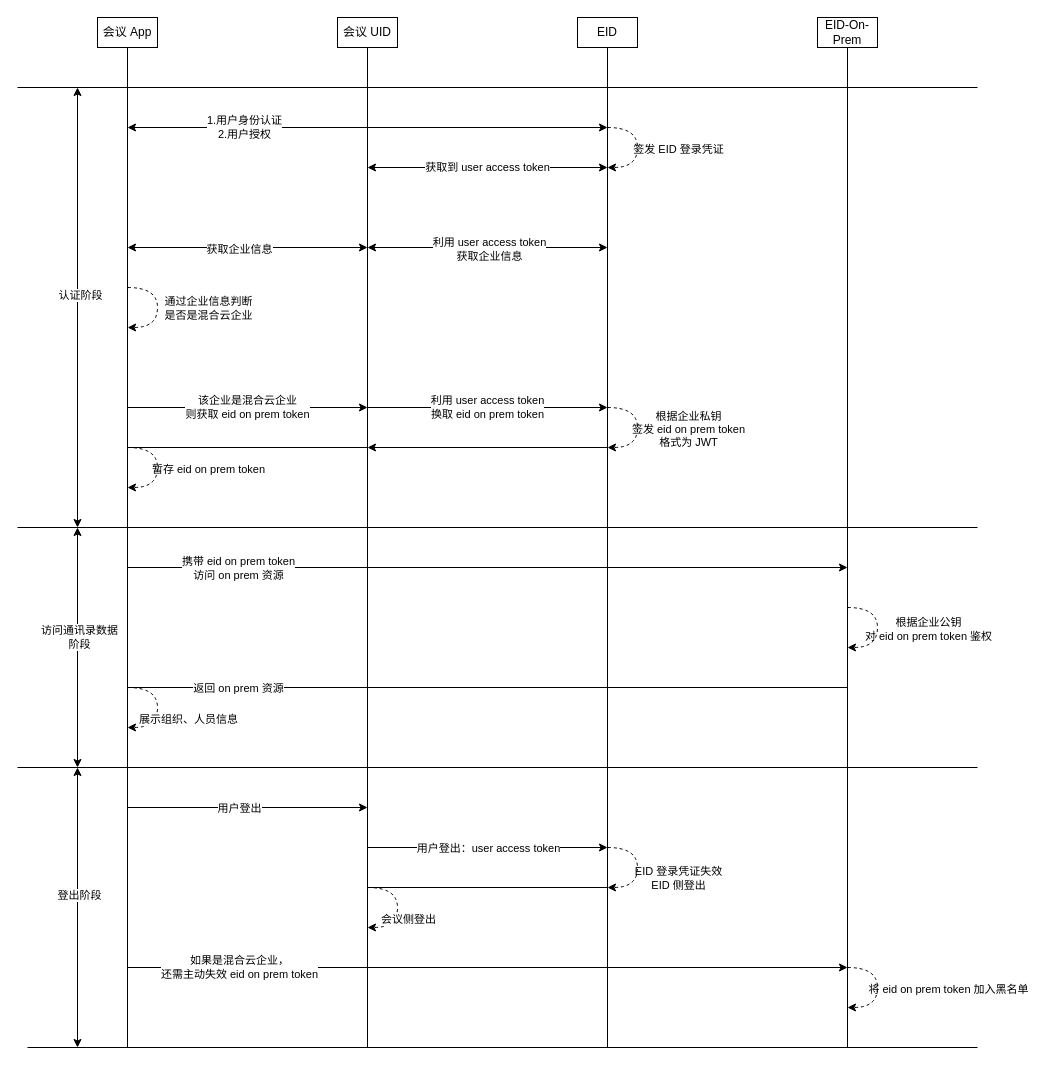
Above: homework/src/main/resources/混合云认证数据流转.drawio in YufuMxl/geek_java_practise (draw.io), before the change. Source tidied: cells renumbered, new cells numbered last; positions are measured from the earlier drawing's top-left corner, leaving out a move shared by most shapes. Both pictures are drawn from the tidied source at 100%, with x=0, y=0 at pixel (17, 17).
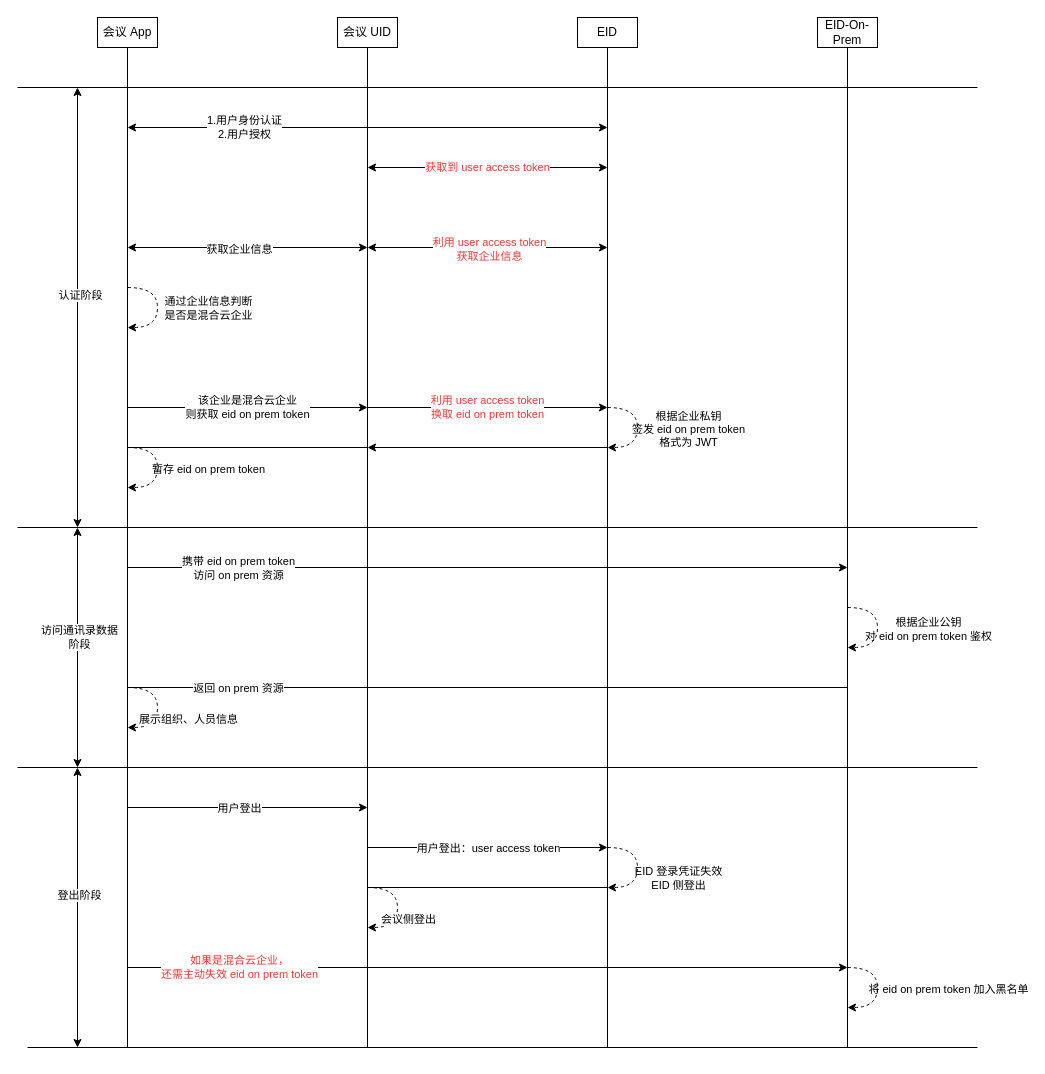
The same page after the edit.

Commit message:
更新混合云认证数据流转.drawio

The change refers to these unchanged cells:
```xml
<mxCell id="12" style="endArrow=classic;html=1;rounded=0;startArrow=none;startFill=0;" parent="1" edge="1">
  <mxGeometry relative="1" as="geometry">
    <mxPoint x="350" y="390" as="sourcePoint" />
    <mxPoint x="590" y="390" as="targetPoint" />
  </mxGeometry>
</mxCell>
<mxCell id="57" style="endArrow=classic;html=1;rounded=0;startArrow=classic;startFill=1;" parent="1" edge="1">
  <mxGeometry relative="1" as="geometry">
    <mxPoint x="350" y="230" as="sourcePoint" />
    <mxPoint x="590" y="230" as="targetPoint" />
  </mxGeometry>
</mxCell>
```

The edit, as a diff of the source:
```diff
@@
-    <mxCell id="13" value="&lt;div&gt;利用 user access token&lt;br&gt;&lt;/div&gt;&lt;div&gt;换取 eid on prem token&lt;/div&gt;" style="edgeLabel;html=1;align=center;verticalAlign=middle;" parent="12" vertex="1">
+    <mxCell id="13" value="&lt;div&gt;利用 user access token&lt;br&gt;&lt;/div&gt;&lt;div&gt;换取 eid on prem token&lt;/div&gt;" style="edgeLabel;html=1;align=center;verticalAlign=middle;fontColor=#FF3333;" parent="12" vertex="1">
       <mxGeometry x="0.04" y="1" relative="1" as="geometry">
         <mxPoint x="-6" as="offset" />
       </mxGeometry>
     </mxCell>
@@
-    <mxCell id="22" value="&lt;div&gt;如果是混合云企业，&lt;/div&gt;&lt;div&gt;还需主动失效 eid on prem token&lt;/div&gt;" style="endArrow=classic;html=1;rounded=0;" parent="1" edge="1">
+    <mxCell id="22" value="&lt;div&gt;如果是混合云企业，&lt;/div&gt;&lt;div&gt;还需主动失效 eid on prem token&lt;/div&gt;" style="endArrow=classic;html=1;rounded=0;fontColor=#FF3333;" parent="1" edge="1">
       <mxGeometry x="-0.69" relative="1" as="geometry">
         <mxPoint x="110" y="950" as="sourcePoint" />
         <mxPoint x="830" y="950" as="targetPoint" />
       </mxGeometry>
     </mxCell>
@@
-    <mxCell id="55" style="endArrow=classic;html=1;rounded=0;dashed=1;edgeStyle=orthogonalEdgeStyle;curved=1;" parent="1" edge="1">
-      <mxGeometry relative="1" as="geometry">
-        <mxPoint x="590" y="110" as="sourcePoint" />
-        <mxPoint x="590" y="150" as="targetPoint" />
-        <Array as="points">
-          <mxPoint x="620" y="110" />
-          <mxPoint x="620" y="150" />
-        </Array>
-      </mxGeometry>
-    </mxCell>
-    <mxCell id="56" value="签发 EID 登录凭证" style="edgeLabel;html=1;align=center;verticalAlign=middle;labelBackgroundColor=none;" parent="55" vertex="1">
-      <mxGeometry x="0.01" y="1" relative="1" as="geometry">
-        <mxPoint x="39" as="offset" />
-      </mxGeometry>
-    </mxCell>
@@
-    <mxCell id="58" value="&lt;div&gt;利用 user access token&lt;/div&gt;&lt;div&gt;获取企业信息&lt;/div&gt;" style="edgeLabel;html=1;align=center;verticalAlign=middle;" parent="57" vertex="1">
+    <mxCell id="58" value="&lt;div&gt;利用 user access token&lt;/div&gt;&lt;div&gt;获取企业信息&lt;/div&gt;" style="edgeLabel;html=1;align=center;verticalAlign=middle;fontColor=#FF3333;" parent="57" vertex="1">
       <mxGeometry x="-0.55" y="-1" relative="1" as="geometry">
         <mxPoint x="67" as="offset" />
       </mxGeometry>
     </mxCell>
-    <mxCell id="59" value="&lt;div&gt;获取到 user access token&lt;/div&gt;" style="endArrow=classic;html=1;rounded=0;startArrow=classic;startFill=1;" parent="1" edge="1">
+    <mxCell id="59" value="&lt;div&gt;获取到 user access token&lt;/div&gt;" style="endArrow=classic;html=1;rounded=0;startArrow=classic;startFill=1;fillColor=#f8cecc;strokeColor=#000000;fontColor=#FF3333;" parent="1" edge="1">
       <mxGeometry relative="1" as="geometry">
         <mxPoint x="350" y="150" as="sourcePoint" />
         <mxPoint x="590" y="150" as="targetPoint" />
       </mxGeometry>
     </mxCell>
```
